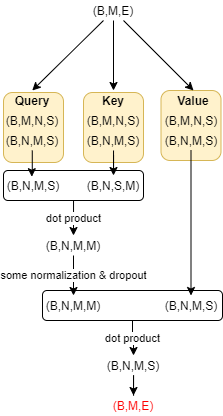
Above: img/bert/selfattention.png in jinkilee/jinkilee.github.io (draw.io), before the change. Source tidied: cells renumbered, new cells last; positions are measured from the earlier drawing's top-left corner, leaving out a move shared by most shapes. The source it was exported from:
```xml
<mxGraphModel>
  <root>
    <mxCell id="0" />
    <mxCell id="1" parent="0" />
    <mxCell id="2" style="rounded=1;whiteSpace=wrap;html=1;fillColor=#fff2cc;strokeColor=#d6b656;" parent="1" vertex="1">
      <mxGeometry x="157.5" y="90" width="60" height="70" as="geometry" />
    </mxCell>
    <mxCell id="3" style="rounded=1;whiteSpace=wrap;html=1;fillColor=#fff2cc;strokeColor=#d6b656;" parent="1" vertex="1">
      <mxGeometry x="80" y="92" width="60" height="70" as="geometry" />
    </mxCell>
    <mxCell id="4" style="rounded=1;whiteSpace=wrap;html=1;fillColor=#fff2cc;strokeColor=#d6b656;" parent="1" vertex="1">
      <mxGeometry y="92" width="60" height="70" as="geometry" />
    </mxCell>
    <mxCell id="5" value="dot product" style="edgeStyle=orthogonalEdgeStyle;rounded=0;jettySize=auto;html=1;entryX=0.5;entryY=0;entryDx=0;entryDy=0;" parent="1" edge="1" source="6" target="32">
      <mxGeometry relative="1" as="geometry" />
    </mxCell>
    <mxCell id="6" style="rounded=1;whiteSpace=wrap;html=1;" parent="1" vertex="1">
      <mxGeometry x="39" y="290" width="180" height="30" as="geometry" />
    </mxCell>
    <mxCell id="7" value="dot product" style="edgeStyle=orthogonalEdgeStyle;rounded=0;jettySize=auto;html=1;entryX=0.5;entryY=0;entryDx=0;entryDy=0;" parent="1" edge="1" source="8" target="28">
      <mxGeometry relative="1" as="geometry" />
    </mxCell>
    <mxCell id="8" style="rounded=1;whiteSpace=wrap;html=1;" parent="1" vertex="1">
      <mxGeometry y="170" width="140" height="30" as="geometry" />
    </mxCell>
    <mxCell id="9" value="(B,M,E)" style="text;html=1;strokeColor=none;fillColor=none;align=center;verticalAlign=middle;whiteSpace=wrap;rounded=0;" parent="1" vertex="1">
      <mxGeometry x="90" width="40" height="20" as="geometry" />
    </mxCell>
    <mxCell id="10" value="(B,M,N,S)" style="text;html=1;strokeColor=none;fillColor=none;align=center;verticalAlign=middle;whiteSpace=wrap;rounded=0;" parent="1" vertex="1">
      <mxGeometry x="8.8" y="110" width="40" height="20" as="geometry" />
    </mxCell>
    <mxCell id="11" style="edgeStyle=orthogonalEdgeStyle;rounded=0;jettySize=auto;html=1;entryX=0.458;entryY=0.06;entryDx=0;entryDy=0;entryPerimeter=0;" parent="1" edge="1" source="12" target="26">
      <mxGeometry relative="1" as="geometry" />
    </mxCell>
    <mxCell id="12" value="(B,N,M,S)" style="text;html=1;strokeColor=none;fillColor=none;align=center;verticalAlign=middle;whiteSpace=wrap;rounded=0;" parent="1" vertex="1">
      <mxGeometry x="8.8" y="130" width="40" height="20" as="geometry" />
    </mxCell>
    <mxCell id="13" value="(B,M,N,S)" style="text;html=1;strokeColor=none;fillColor=none;align=center;verticalAlign=middle;whiteSpace=wrap;rounded=0;" parent="1" vertex="1">
      <mxGeometry x="90" y="110" width="40" height="20" as="geometry" />
    </mxCell>
    <mxCell id="14" style="edgeStyle=orthogonalEdgeStyle;rounded=0;jettySize=auto;html=1;entryX=0.5;entryY=0;entryDx=0;entryDy=0;" parent="1" edge="1" source="15" target="24">
      <mxGeometry relative="1" as="geometry" />
    </mxCell>
    <mxCell id="15" value="(B,N,M,S)" style="text;html=1;strokeColor=none;fillColor=none;align=center;verticalAlign=middle;whiteSpace=wrap;rounded=0;" parent="1" vertex="1">
      <mxGeometry x="90" y="130" width="40" height="20" as="geometry" />
    </mxCell>
    <mxCell id="16" value="(B,M,N,S)" style="text;html=1;strokeColor=none;fillColor=none;align=center;verticalAlign=middle;whiteSpace=wrap;rounded=0;" parent="1" vertex="1">
      <mxGeometry x="167.5" y="110" width="40" height="20" as="geometry" />
    </mxCell>
    <mxCell id="17" value="(B,N,M,S)" style="text;html=1;strokeColor=none;fillColor=none;align=center;verticalAlign=middle;whiteSpace=wrap;rounded=0;" parent="1" vertex="1">
      <mxGeometry x="167.5" y="130" width="40" height="20" as="geometry" />
    </mxCell>
    <mxCell id="18" value="&lt;b&gt;Query&lt;/b&gt;" style="text;html=1;strokeColor=none;fillColor=none;align=center;verticalAlign=middle;whiteSpace=wrap;rounded=0;" parent="1" vertex="1">
      <mxGeometry x="8.8" y="90" width="40" height="20" as="geometry" />
    </mxCell>
    <mxCell id="19" value="&lt;b&gt;Key&lt;/b&gt;" style="text;html=1;strokeColor=none;fillColor=none;align=center;verticalAlign=middle;whiteSpace=wrap;rounded=0;" parent="1" vertex="1">
      <mxGeometry x="90" y="90" width="40" height="20" as="geometry" />
    </mxCell>
    <mxCell id="20" value="&lt;b&gt;Value&lt;/b&gt;" style="text;html=1;strokeColor=none;fillColor=none;align=center;verticalAlign=middle;whiteSpace=wrap;rounded=0;" parent="1" vertex="1">
      <mxGeometry x="170" y="90" width="40" height="20" as="geometry" />
    </mxCell>
    <mxCell id="21" style="endArrow=classic;html=1;exitX=0.25;exitY=1;exitDx=0;exitDy=0;entryX=0.5;entryY=0;entryDx=0;entryDy=0;" parent="1" edge="1" source="9" target="18">
      <mxGeometry relative="1" as="geometry" />
    </mxCell>
    <mxCell id="22" style="endArrow=classic;html=1;exitX=0.5;exitY=1;exitDx=0;exitDy=0;entryX=0.5;entryY=0;entryDx=0;entryDy=0;" parent="1" edge="1" source="9" target="19">
      <mxGeometry relative="1" as="geometry" />
    </mxCell>
    <mxCell id="23" style="endArrow=classic;html=1;exitX=0.75;exitY=1;exitDx=0;exitDy=0;entryX=0.5;entryY=0;entryDx=0;entryDy=0;" parent="1" edge="1" source="9" target="20">
      <mxGeometry relative="1" as="geometry" />
    </mxCell>
    <mxCell id="24" value="(B,N,S,M)" style="text;html=1;strokeColor=none;fillColor=none;align=center;verticalAlign=middle;whiteSpace=wrap;rounded=0;" parent="1" vertex="1">
      <mxGeometry x="90" y="175" width="40" height="20" as="geometry" />
    </mxCell>
    <mxCell id="25" style="edgeStyle=orthogonalEdgeStyle;rounded=0;jettySize=auto;html=1;entryX=0.5;entryY=0;entryDx=0;entryDy=0;exitX=0.5;exitY=1;exitDx=0;exitDy=0;" parent="1" edge="1" source="17" target="30">
      <mxGeometry relative="1" as="geometry" />
    </mxCell>
    <mxCell id="26" value="(B,N,M,S)" style="text;html=1;strokeColor=none;fillColor=none;align=center;verticalAlign=middle;whiteSpace=wrap;rounded=0;" parent="1" vertex="1">
      <mxGeometry x="10" y="175" width="40" height="20" as="geometry" />
    </mxCell>
    <mxCell id="27" value="some normalization &amp;amp; dropout" style="edgeStyle=orthogonalEdgeStyle;rounded=0;jettySize=auto;html=1;entryX=0.5;entryY=0;entryDx=0;entryDy=0;" parent="1" edge="1" source="28" target="29">
      <mxGeometry relative="1" as="geometry" />
    </mxCell>
    <mxCell id="28" value="(B,N,M,M)" style="text;html=1;strokeColor=none;fillColor=none;align=center;verticalAlign=middle;whiteSpace=wrap;rounded=0;" parent="1" vertex="1">
      <mxGeometry x="50" y="235" width="40" height="20" as="geometry" />
    </mxCell>
    <mxCell id="29" value="(B,N,M,M)" style="text;html=1;strokeColor=none;fillColor=none;align=center;verticalAlign=middle;whiteSpace=wrap;rounded=0;" parent="1" vertex="1">
      <mxGeometry x="50" y="295" width="40" height="20" as="geometry" />
    </mxCell>
    <mxCell id="30" value="(B,N,M,S)" style="text;html=1;strokeColor=none;fillColor=none;align=center;verticalAlign=middle;whiteSpace=wrap;rounded=0;" parent="1" vertex="1">
      <mxGeometry x="167.5" y="295" width="40" height="20" as="geometry" />
    </mxCell>
    <mxCell id="31" style="edgeStyle=orthogonalEdgeStyle;rounded=0;jettySize=auto;html=1;entryX=0.5;entryY=0;entryDx=0;entryDy=0;" parent="1" edge="1" source="32" target="33">
      <mxGeometry relative="1" as="geometry" />
    </mxCell>
    <mxCell id="32" value="(B,N,M,S)" style="text;html=1;strokeColor=none;fillColor=none;align=center;verticalAlign=middle;whiteSpace=wrap;rounded=0;" parent="1" vertex="1">
      <mxGeometry x="110" y="355" width="40" height="20" as="geometry" />
    </mxCell>
    <mxCell id="33" value="&lt;font color=&quot;#ff0000&quot;&gt;(B,M,E)&lt;/font&gt;" style="text;html=1;strokeColor=none;fillColor=none;align=center;verticalAlign=middle;whiteSpace=wrap;rounded=0;" parent="1" vertex="1">
      <mxGeometry x="110" y="395" width="40" height="20" as="geometry" />
    </mxCell>
  </root>
</mxGraphModel>
```
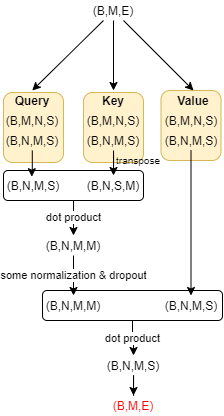
After the change.

Diff of the diagram source:
```diff
@@ -98,5 +98,8 @@
     <mxCell id="33" value="&lt;font color=&quot;#ff0000&quot;&gt;(B,M,E)&lt;/font&gt;" style="text;html=1;strokeColor=none;fillColor=none;align=center;verticalAlign=middle;whiteSpace=wrap;rounded=0;" parent="1" vertex="1">
       <mxGeometry x="110" y="395" width="40" height="20" as="geometry" />
     </mxCell>
+    <mxCell id="34" value="&lt;font style=&quot;font-size: 9px&quot;&gt;transpose&lt;/font&gt;" style="text;html=1;strokeColor=none;fillColor=none;align=center;verticalAlign=middle;whiteSpace=wrap;rounded=0;" parent="1" vertex="1">
+      <mxGeometry x="115" y="149" width="40" height="20" as="geometry" />
+    </mxCell>
   </root>
 </mxGraphModel>
```
